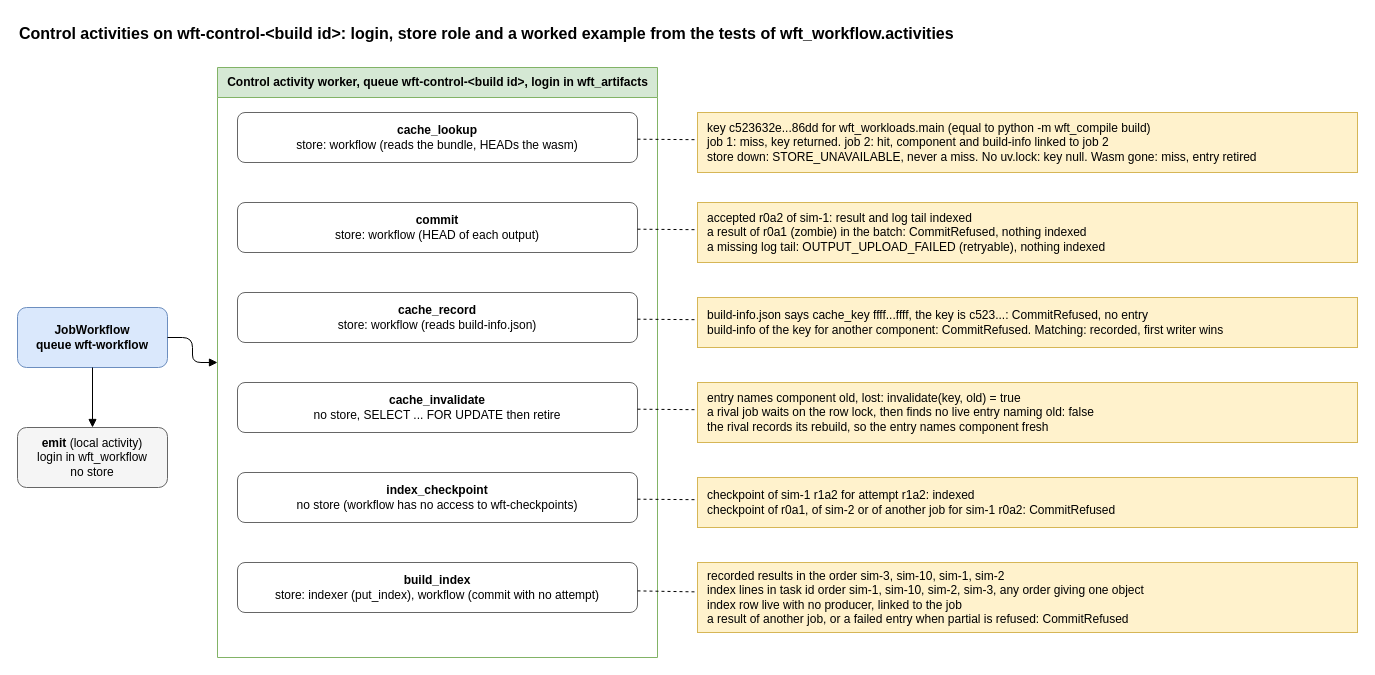
This is packages/workflow/control-activities.drawio from AndoNorth/disyard, a draw.io file, before an edit. Source tidied: cells renumbered, new cells numbered last; positions are measured from the earlier drawing's top-left corner, leaving out a move shared by most shapes. Both pictures are drawn from the tidied source at 100%, with x=0, y=0 at pixel (17, 17).
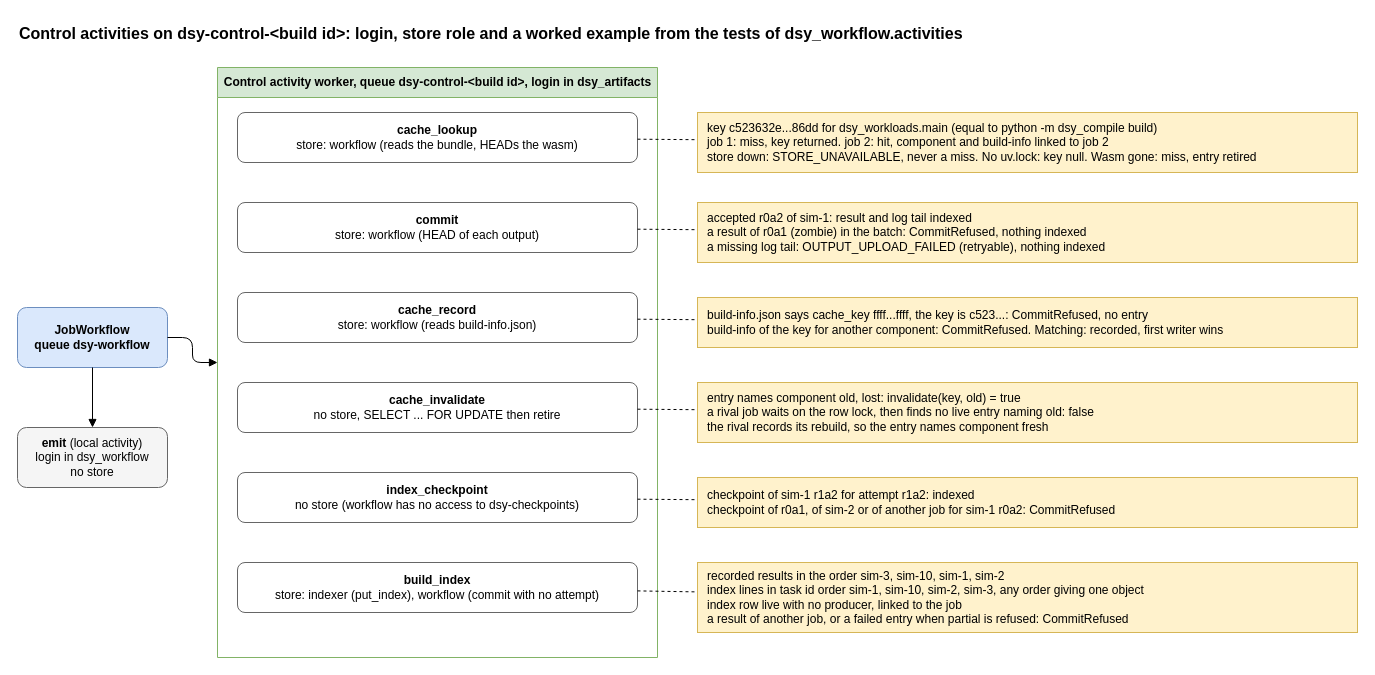
The same page after the edit.

Change to the diagram source:
```diff
@@
-    <mxCell id="2" value="Control activities on wft-control-&amp;lt;build id&amp;gt;: login, store role and a worked example from the tests of wft_workflow.activities" style="text;html=1;fontSize=16;fontStyle=1;align=left;" parent="1" vertex="1">
+    <mxCell id="2" value="Control activities on dsy-control-&amp;lt;build id&amp;gt;: login, store role and a worked example from the tests of dsy_workflow.activities" style="text;html=1;fontSize=16;fontStyle=1;align=left;" parent="1" vertex="1">
       <mxGeometry width="1340" height="30" as="geometry" />
     </mxCell>
-    <mxCell id="3" value="JobWorkflow&lt;br&gt;queue wft-workflow" style="rounded=1;whiteSpace=wrap;html=1;fillColor=#dae8fc;strokeColor=#6c8ebf;fontStyle=1;" parent="1" vertex="1">
+    <mxCell id="3" value="JobWorkflow&lt;br&gt;queue dsy-workflow" style="rounded=1;whiteSpace=wrap;html=1;fillColor=#dae8fc;strokeColor=#6c8ebf;fontStyle=1;" parent="1" vertex="1">
       <mxGeometry y="290" width="150" height="60" as="geometry" />
     </mxCell>
-    <mxCell id="4" value="&lt;b&gt;emit&lt;/b&gt; (local activity)&lt;br&gt;login in wft_workflow&lt;br&gt;no store" style="rounded=1;whiteSpace=wrap;html=1;fillColor=#f5f5f5;strokeColor=#666666;" parent="1" vertex="1">
+    <mxCell id="4" value="&lt;b&gt;emit&lt;/b&gt; (local activity)&lt;br&gt;login in dsy_workflow&lt;br&gt;no store" style="rounded=1;whiteSpace=wrap;html=1;fillColor=#f5f5f5;strokeColor=#666666;" parent="1" vertex="1">
       <mxGeometry y="410" width="150" height="60" as="geometry" />
     </mxCell>
@@
-    <mxCell id="6" value="Control activity worker, queue wft-control-&amp;lt;build id&amp;gt;, login in wft_artifacts" style="swimlane;startSize=30;html=1;fillColor=#d5e8d4;strokeColor=#82b366;fontStyle=1;" parent="1" vertex="1">
+    <mxCell id="6" value="Control activity worker, queue dsy-control-&amp;lt;build id&amp;gt;, login in dsy_artifacts" style="swimlane;startSize=30;html=1;fillColor=#d5e8d4;strokeColor=#82b366;fontStyle=1;" parent="1" vertex="1">
       <mxGeometry x="200" y="50" width="440" height="590" as="geometry" />
     </mxCell>
@@
-    <mxCell id="11" value="&lt;b&gt;index_checkpoint&lt;/b&gt;&lt;br&gt;no store (workflow has no access to wft-checkpoints)" style="rounded=1;whiteSpace=wrap;html=1;fillColor=#ffffff;strokeColor=#666666;" parent="6" vertex="1">
+    <mxCell id="11" value="&lt;b&gt;index_checkpoint&lt;/b&gt;&lt;br&gt;no store (workflow has no access to dsy-checkpoints)" style="rounded=1;whiteSpace=wrap;html=1;fillColor=#ffffff;strokeColor=#666666;" parent="6" vertex="1">
       <mxGeometry x="20" y="405" width="400" height="50" as="geometry" />
     </mxCell>
@@
-    <mxCell id="14" value="key c523632e...86dd for wft_workloads.main (equal to python -m wft_compile build)&lt;br&gt;job 1: miss, key returned. job 2: hit, component and build-info linked to job 2&lt;br&gt;store down: STORE_UNAVAILABLE, never a miss. No uv.lock: key null. Wasm gone: miss, entry retired" style="rounded=0;whiteSpace=wrap;html=1;align=left;spacingLeft=8;fillColor=#fff2cc;strokeColor=#d6b656;" parent="1" vertex="1">
+    <mxCell id="14" value="key c523632e...86dd for dsy_workloads.main (equal to python -m dsy_compile build)&lt;br&gt;job 1: miss, key returned. job 2: hit, component and build-info linked to job 2&lt;br&gt;store down: STORE_UNAVAILABLE, never a miss. No uv.lock: key null. Wasm gone: miss, entry retired" style="rounded=0;whiteSpace=wrap;html=1;align=left;spacingLeft=8;fillColor=#fff2cc;strokeColor=#d6b656;" parent="1" vertex="1">
       <mxGeometry x="680" y="95" width="660" height="60" as="geometry" />
     </mxCell>
```
